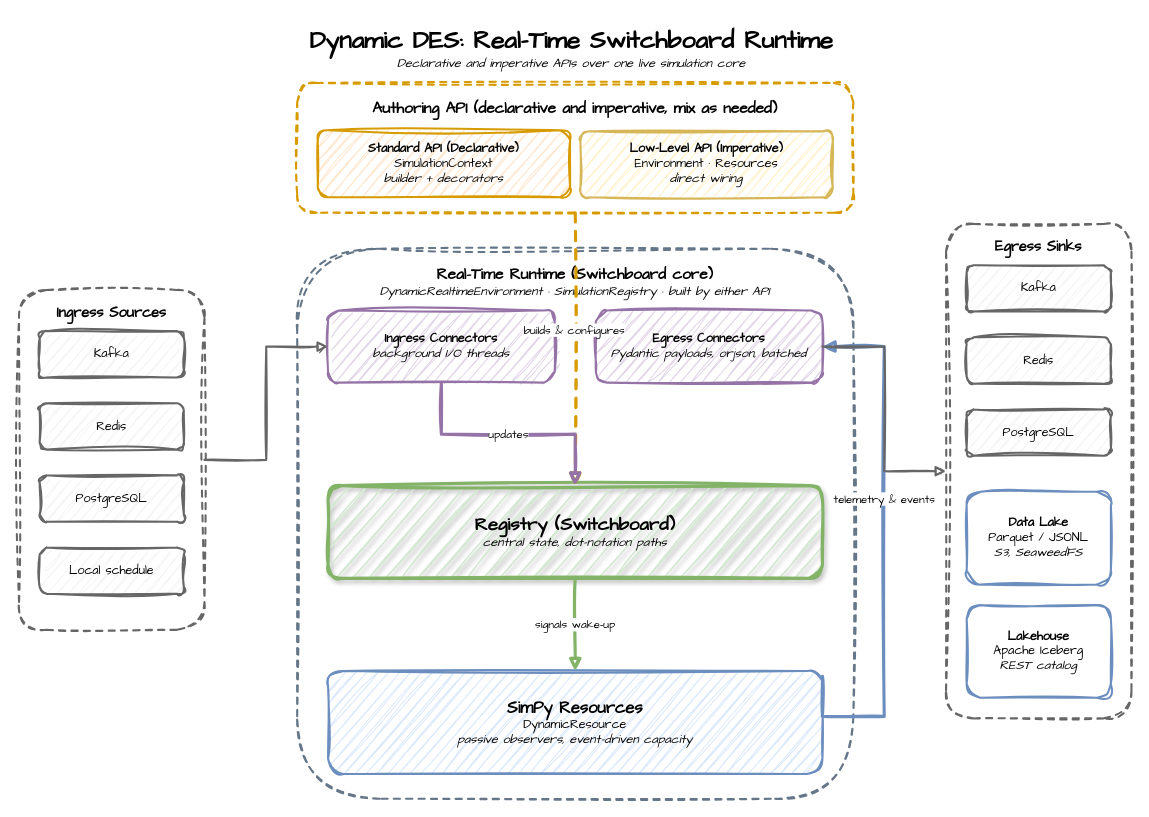
jaehyeon-kim/dynamic-des keeps this draw.io diagram as docs/assets/architecture.drawio. Above is the earlier version. Source tidied: cells renumbered, new cells numbered last; positions are measured from the earlier drawing's top-left corner, leaving out a move shared by most shapes. Both pictures are drawn from the tidied source at 103%, with x=0, y=0 at pixel (19, 18).
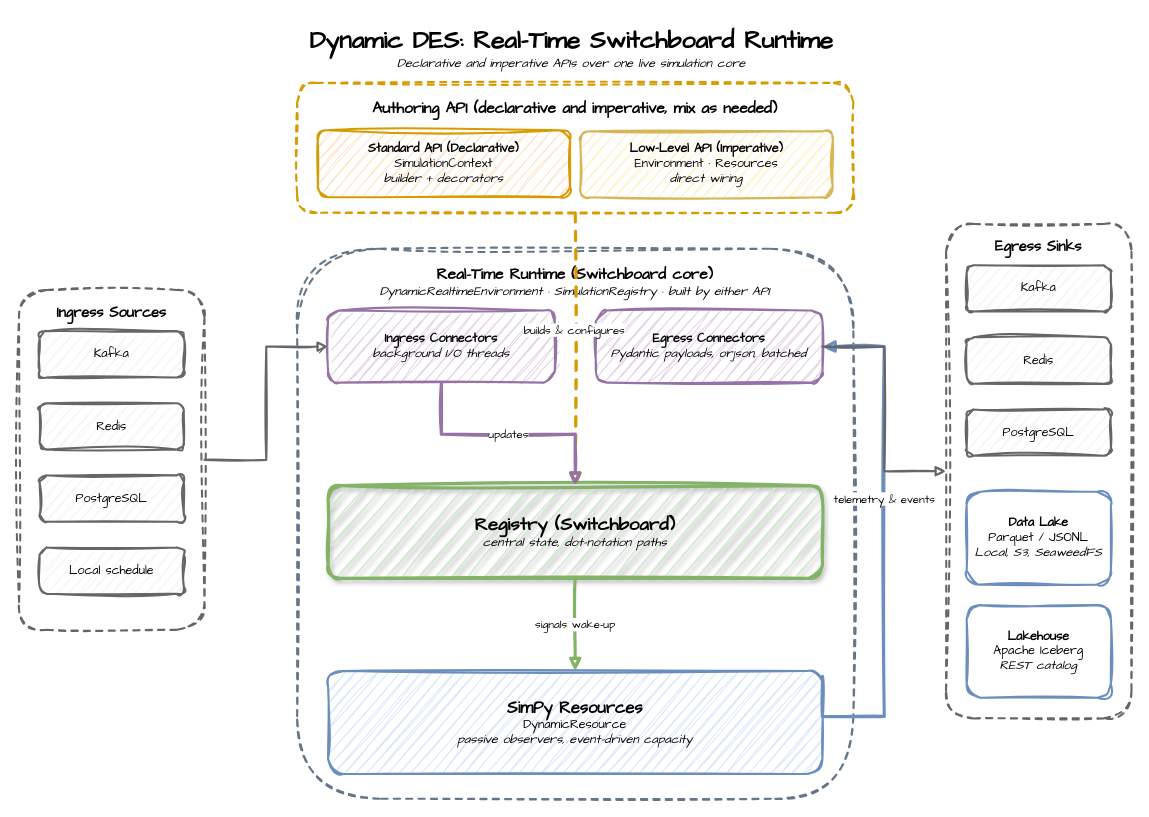
Above is the later version.

Commit message (it also covers changes not shown here):
docs: list local storage in the architecture diagram

The edit, as a diff of the source:
```diff
@@
-    <mxCell id="20" value="&lt;b&gt;Data Lake&lt;/b&gt;&lt;br&gt;Parquet / JSONL&lt;br&gt;&lt;i&gt;S3, SeaweedFS&lt;/i&gt;" style="rounded=1;whiteSpace=wrap;html=1;sketch=1;curveFitting=1;jiggle=2;fillColor=#ffffff;strokeColor=#6c8ebf;fontFamily=Comic Sans MS;strokeWidth=2;" parent="1" vertex="1">
+    <mxCell id="20" value="&lt;b&gt;Data Lake&lt;/b&gt;&lt;br&gt;Parquet / JSONL&lt;br&gt;&lt;i&gt;Local, S3, SeaweedFS&lt;/i&gt;" style="rounded=1;whiteSpace=wrap;html=1;sketch=1;curveFitting=1;jiggle=2;fillColor=#ffffff;strokeColor=#6c8ebf;fontFamily=Comic Sans MS;strokeWidth=2;" parent="1" vertex="1">
       <mxGeometry x="920" y="460" width="140" height="90" as="geometry" />
     </mxCell>
```
